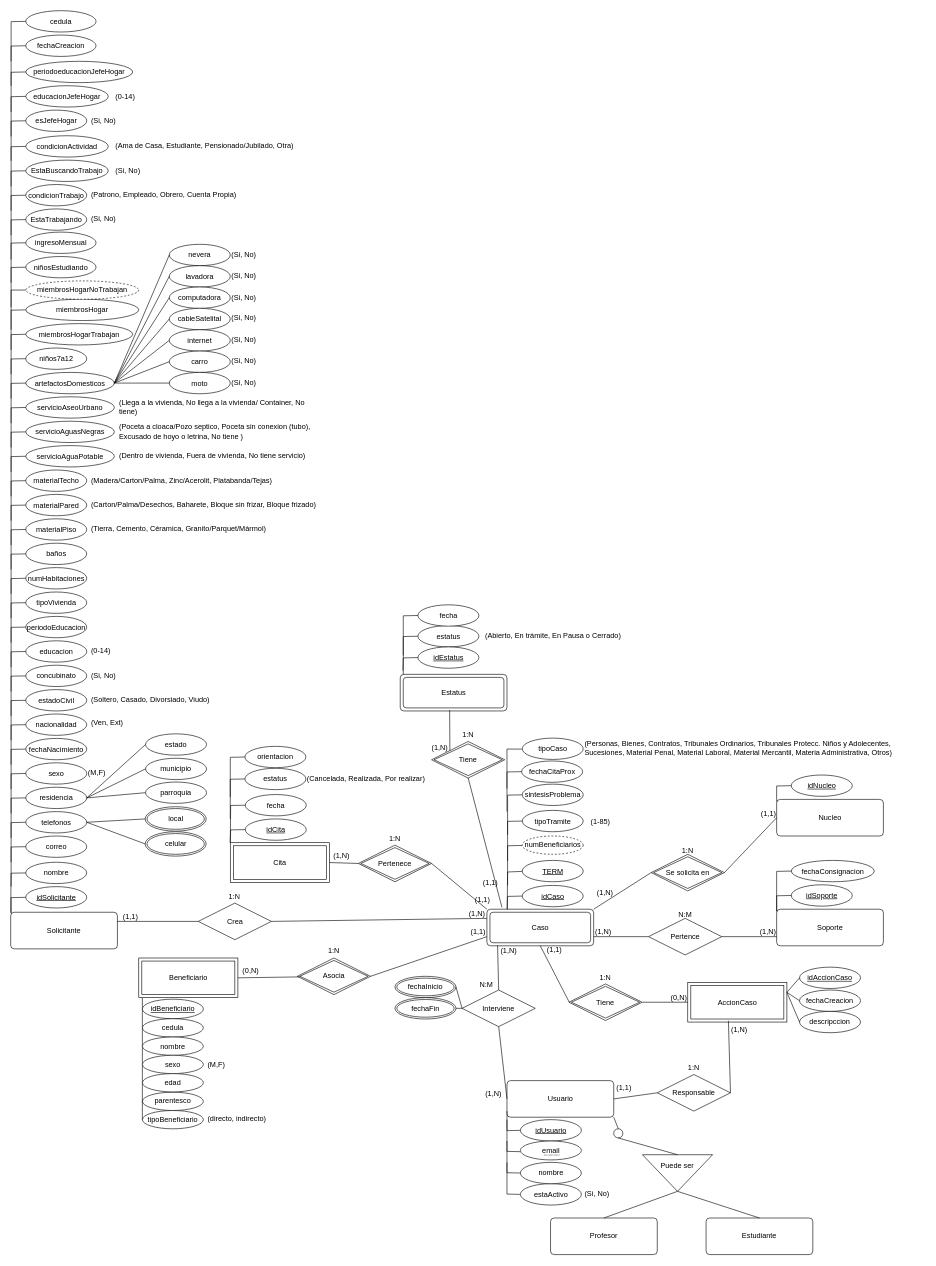
This is page "Diagrama" (1 of 2) of doc/diagramaConceptual.drawio from DanielCarrenoMar/ClinicaJuridica-UCAB, a draw.io file, before an edit. Source tidied: cells renumbered, new cells numbered last; positions are measured from the earlier drawing's top-left corner, leaving out a move shared by most shapes. Both pictures are drawn from the tidied source at 61%, with x=0, y=0 at pixel (10, 10).
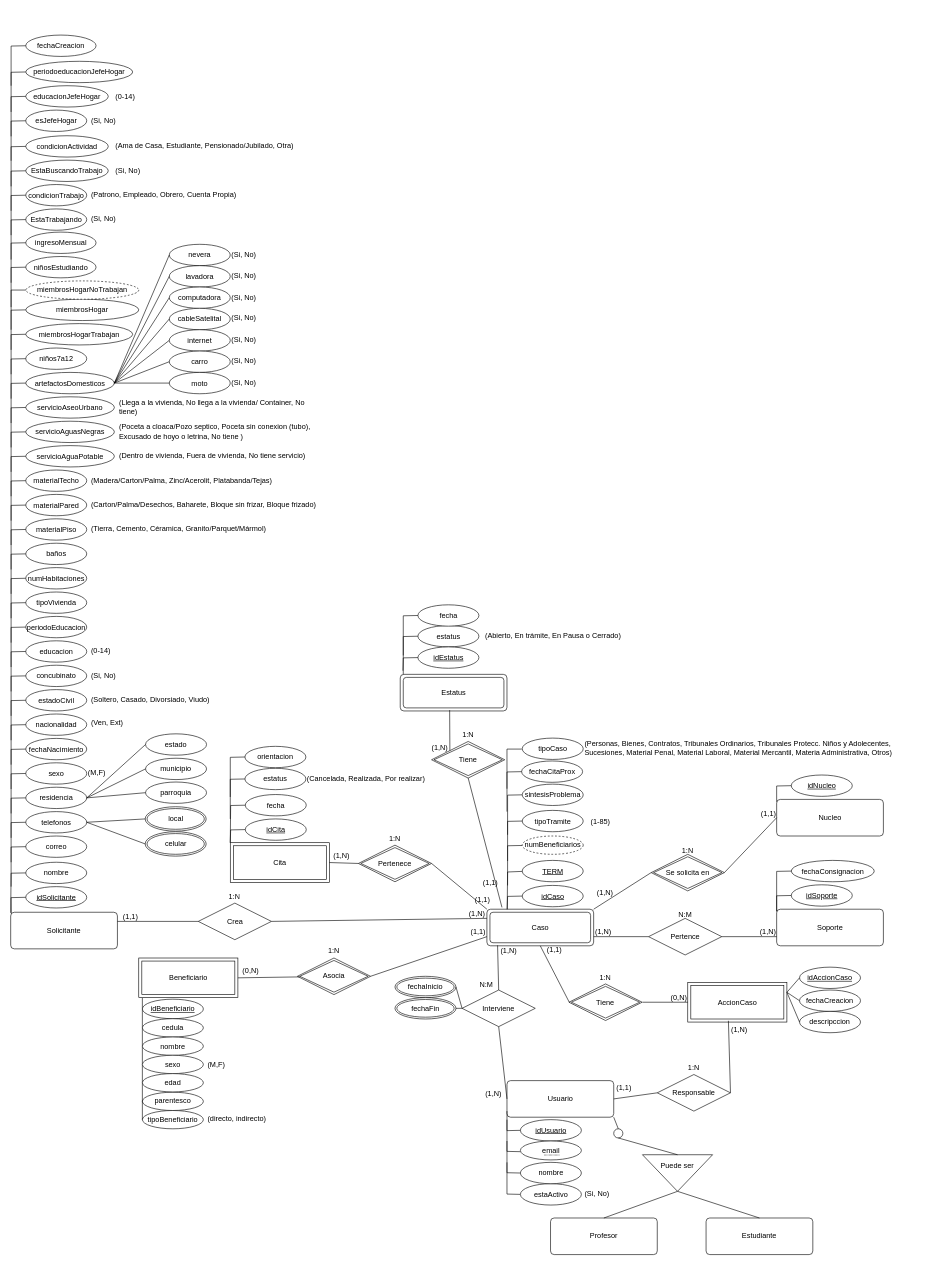
Above is the later version.

Commit message (it also covers changes not shown here):
feat: Cedula borrada

What changed in the source:
```diff
@@
-    <mxCell id="193" value="cedula" style="ellipse;whiteSpace=wrap;html=1;align=center;" parent="1" vertex="1">
-      <mxGeometry x="24.7" width="115.3" height="35" as="geometry" />
-    </mxCell>
-    <mxCell id="194" style="endArrow=none;html=1;rounded=0;entryX=0;entryY=0.5;entryDx=0;entryDy=0;exitX=0.003;exitY=0.049;exitDx=0;exitDy=0;exitPerimeter=0;" parent="1" edge="1" target="193">
-      <mxGeometry relative="1" as="geometry">
-        <mxPoint x="0.7" y="83" as="sourcePoint" />
-        <Array as="points">
-          <mxPoint x="0.7" y="18" />
-        </Array>
-      </mxGeometry>
-    </mxCell>
```
